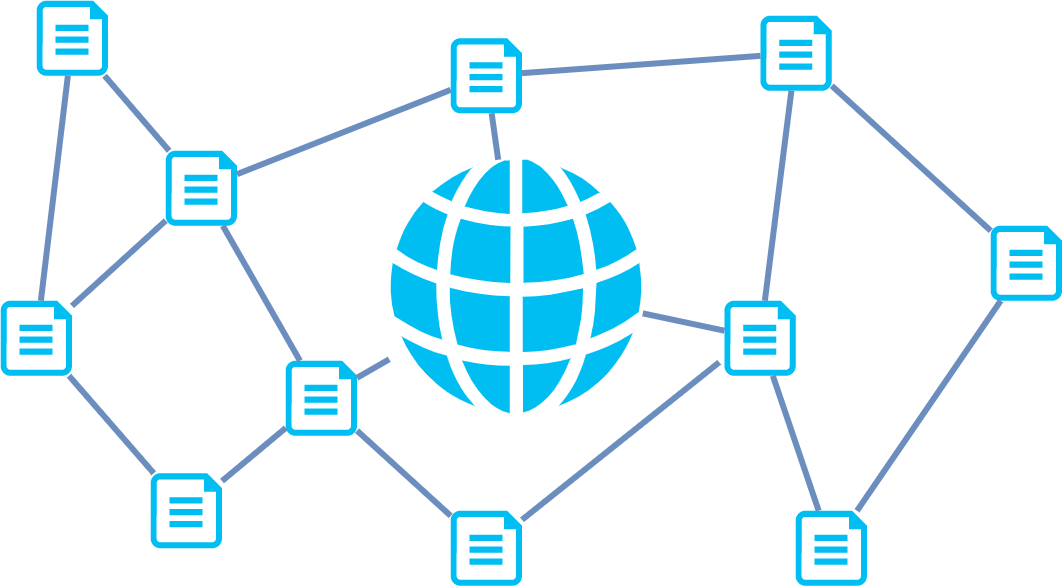
raaaahman/web-development-lessons keeps this draw.io diagram as assets/images/web.png. Above is the earlier version. Source tidied: cells renumbered, new cells last; positions are measured from the earlier drawing's top-left corner, leaving out a move shared by most shapes.
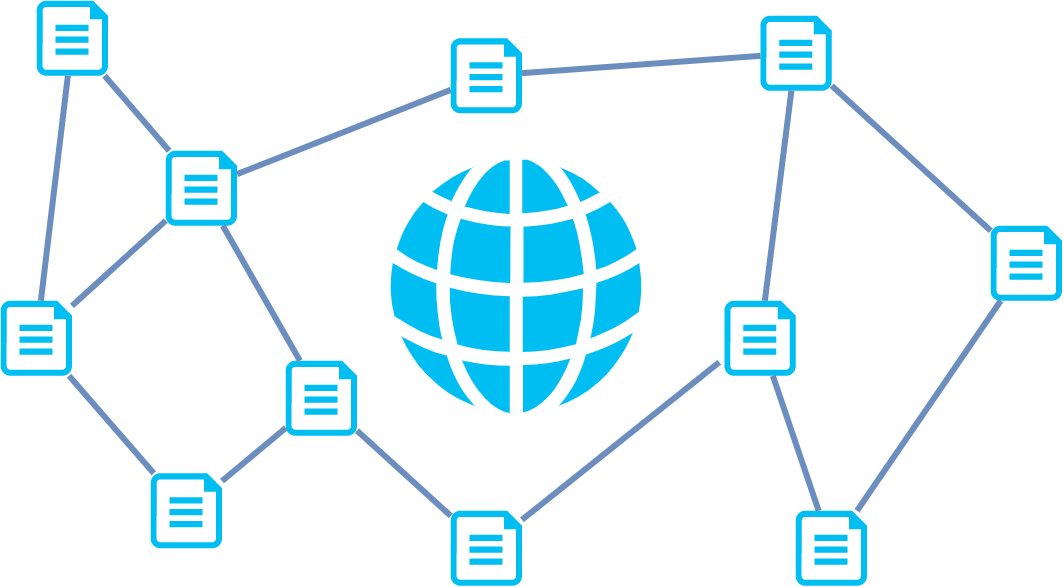
The same file after the commit.

Diff of the diagram source:
```diff
@@ -53,9 +53,6 @@
     <mxCell id="18" style="verticalLabelPosition=bottom;html=1;verticalAlign=top;align=center;strokeColor=none;fillColor=#00BEF2;shape=mxgraph.azure.cloud_services_configuration_file;" parent="1" vertex="1">
       <mxGeometry x="660" y="150" width="47.5" height="50" as="geometry" />
     </mxCell>
-    <mxCell id="19" style="endArrow=none;html=1;fillColor=#dae8fc;strokeColor=#6c8ebf;strokeWidth=4;" parent="1" edge="1" source="28" target="17">
-      <mxGeometry relative="1" as="geometry" />
-    </mxCell>
     <mxCell id="20" style="endArrow=none;html=1;fillColor=#dae8fc;strokeColor=#6c8ebf;strokeWidth=4;" parent="1" edge="1" source="14" target="17">
       <mxGeometry relative="1" as="geometry" />
     </mxCell>
@@ -83,11 +80,5 @@
     <mxCell id="28" style="shadow=0;dashed=0;html=1;strokeColor=none;fillColor=#00BEF2;labelPosition=center;verticalLabelPosition=bottom;verticalAlign=top;outlineConnect=0;align=center;shape=mxgraph.office.concepts.globe_internet;" parent="1" vertex="1">
       <mxGeometry x="259" y="106" width="169" height="169" as="geometry" />
     </mxCell>
-    <mxCell id="29" style="endArrow=none;html=1;fillColor=#dae8fc;strokeColor=#6c8ebf;strokeWidth=4;" parent="1" edge="1" source="6" target="28">
-      <mxGeometry relative="1" as="geometry" />
-    </mxCell>
-    <mxCell id="30" style="endArrow=none;html=1;fillColor=#dae8fc;strokeColor=#6c8ebf;strokeWidth=4;" parent="1" edge="1" source="15" target="28">
-      <mxGeometry relative="1" as="geometry" />
-    </mxCell>
   </root>
 </mxGraphModel>
```
